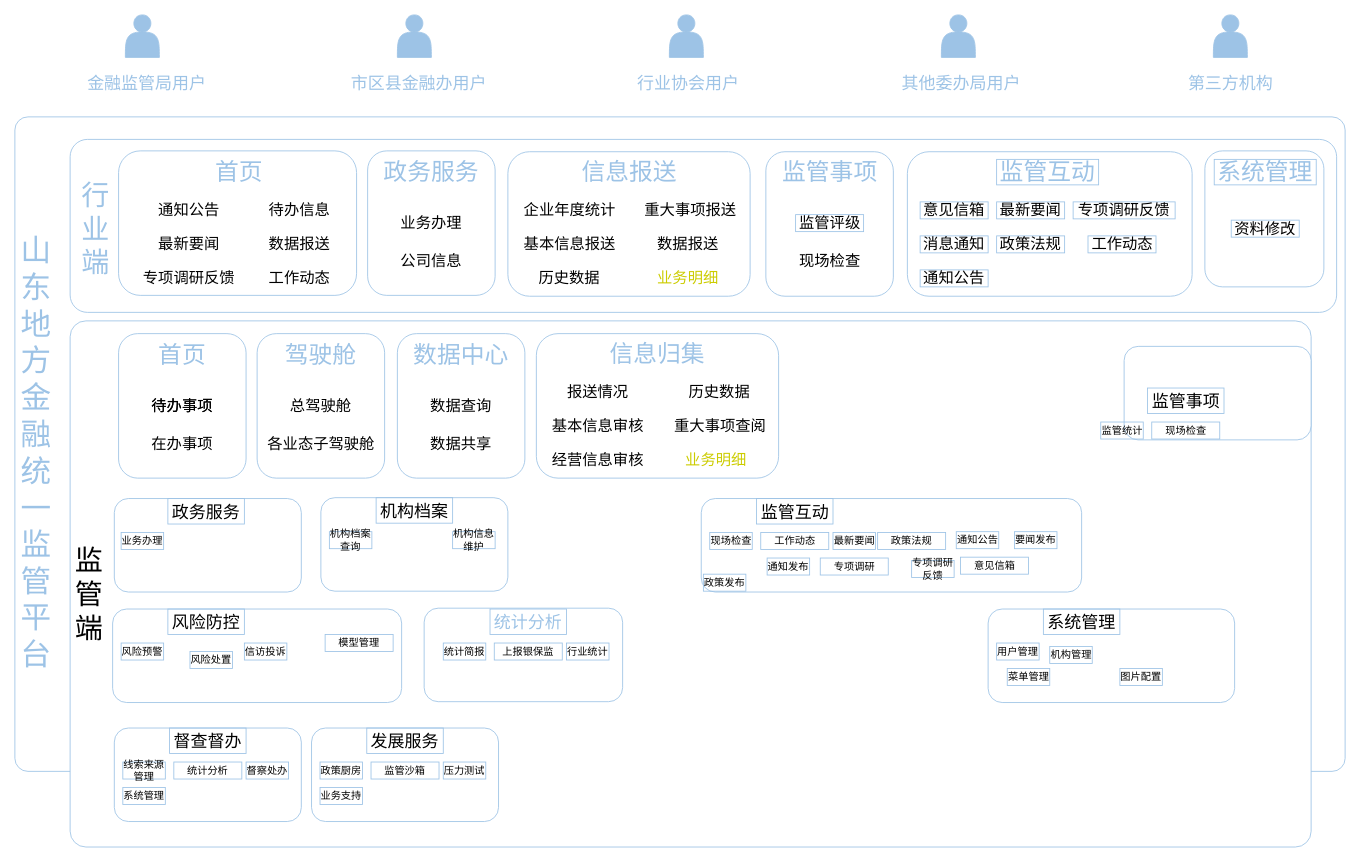
This is 未命名绘图.drawio from huanhuanjie/dream, a draw.io file, before an edit. Source tidied: cells renumbered, new cells numbered last; positions are measured from the earlier drawing's top-left corner, leaving out a move shared by most shapes. Both pictures are drawn from the tidied source at 85%, with x=0, y=0 at pixel (14, 14).
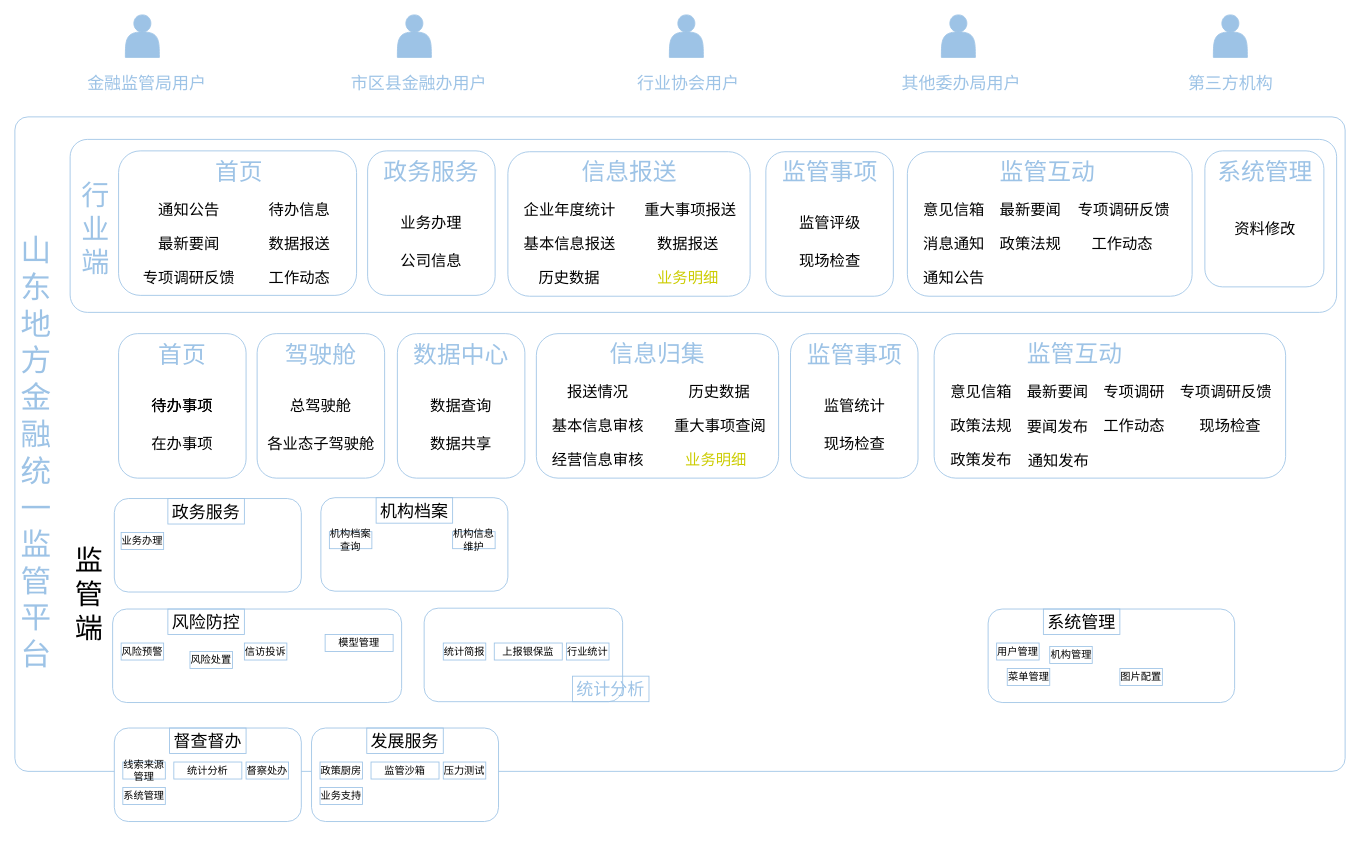
After the change.

Commit message (it also covers changes not shown here):
更新未命名绘图.drawio

The edit, as a diff of the source:
```diff
@@
-    <mxCell id="6" style="rounded=1;whiteSpace=wrap;html=1;strokeColor=#9DC3E6;arcSize=3;" parent="1" vertex="1">
-      <mxGeometry x="65" y="360" width="1460" height="619" as="geometry" />
-    </mxCell>
@@
-    <mxCell id="31" value="&lt;p class=&quot;MsoNormal&quot;&gt;&lt;font style=&quot;font-size: 18px;&quot;&gt;监管评级&lt;/font&gt;&lt;/p&gt;" style="text;html=1;strokeColor=#9DC3E6;fillColor=none;align=center;verticalAlign=middle;whiteSpace=wrap;rounded=0;" parent="1" vertex="1">
+    <mxCell id="31" value="&lt;p class=&quot;MsoNormal&quot;&gt;&lt;font style=&quot;font-size: 18px;&quot;&gt;监管评级&lt;/font&gt;&lt;/p&gt;" style="text;html=1;strokeColor=none;fillColor=none;align=center;verticalAlign=middle;whiteSpace=wrap;rounded=0;" parent="1" vertex="1">
       <mxGeometry x="918.5" y="235" width="80" height="20" as="geometry" />
     </mxCell>
@@
-    <mxCell id="35" value="&lt;font style=&quot;font-size: 18px;&quot;&gt;工作动态&lt;/font&gt;" style="text;html=1;strokeColor=#9DC3E6;fillColor=none;align=center;verticalAlign=middle;whiteSpace=wrap;rounded=0;" parent="1" vertex="1">
+    <mxCell id="35" value="&lt;font style=&quot;font-size: 18px;&quot;&gt;工作动态&lt;/font&gt;" style="text;html=1;strokeColor=none;fillColor=none;align=center;verticalAlign=middle;whiteSpace=wrap;rounded=0;" parent="1" vertex="1">
       <mxGeometry x="1262.5" y="260" width="80" height="20" as="geometry" />
     </mxCell>
-    <mxCell id="36" value="&lt;font style=&quot;font-size: 18px;&quot;&gt;最新要闻&lt;/font&gt;" style="text;html=1;strokeColor=#9DC3E6;fillColor=none;align=center;verticalAlign=middle;whiteSpace=wrap;rounded=0;" parent="1" vertex="1">
+    <mxCell id="36" value="&lt;font style=&quot;font-size: 18px;&quot;&gt;最新要闻&lt;/font&gt;" style="text;html=1;strokeColor=none;fillColor=none;align=center;verticalAlign=middle;whiteSpace=wrap;rounded=0;" parent="1" vertex="1">
       <mxGeometry x="1155" y="220" width="80" height="20" as="geometry" />
     </mxCell>
-    <mxCell id="37" value="&lt;font color=&quot;#9dc3e6&quot; style=&quot;font-size: 28px;&quot;&gt;监管互动&lt;/font&gt;" style="text;html=1;strokeColor=#9DC3E6;fillColor=none;align=center;verticalAlign=middle;whiteSpace=wrap;rounded=0;fontSize=20;" parent="1" vertex="1">
+    <mxCell id="37" value="&lt;font color=&quot;#9dc3e6&quot; style=&quot;font-size: 28px;&quot;&gt;监管互动&lt;/font&gt;" style="text;html=1;strokeColor=none;fillColor=none;align=center;verticalAlign=middle;whiteSpace=wrap;rounded=0;fontSize=20;" parent="1" vertex="1">
       <mxGeometry x="1155" y="170" width="120" height="30" as="geometry" />
     </mxCell>
-    <mxCell id="38" value="&lt;font style=&quot;font-size: 18px;&quot;&gt;政策法规&lt;/font&gt;" style="text;html=1;strokeColor=#9DC3E6;fillColor=none;align=center;verticalAlign=middle;whiteSpace=wrap;rounded=0;" parent="1" vertex="1">
+    <mxCell id="38" value="&lt;font style=&quot;font-size: 18px;&quot;&gt;政策法规&lt;/font&gt;" style="text;html=1;strokeColor=none;fillColor=none;align=center;verticalAlign=middle;whiteSpace=wrap;rounded=0;" parent="1" vertex="1">
       <mxGeometry x="1155" y="260" width="80" height="20" as="geometry" />
     </mxCell>
-    <mxCell id="39" value="&lt;font style=&quot;font-size: 18px;&quot;&gt;通知公告&lt;/font&gt;" style="text;html=1;strokeColor=#9DC3E6;fillColor=none;align=center;verticalAlign=middle;whiteSpace=wrap;rounded=0;" parent="1" vertex="1">
+    <mxCell id="39" value="&lt;font style=&quot;font-size: 18px;&quot;&gt;通知公告&lt;/font&gt;" style="text;html=1;strokeColor=none;fillColor=none;align=center;verticalAlign=middle;whiteSpace=wrap;rounded=0;" parent="1" vertex="1">
       <mxGeometry x="1065" y="300" width="80" height="20" as="geometry" />
     </mxCell>
-    <mxCell id="40" value="&lt;font style=&quot;font-size: 18px;&quot;&gt;专项调研反馈&lt;/font&gt;" style="text;html=1;strokeColor=#9DC3E6;fillColor=none;align=center;verticalAlign=middle;whiteSpace=wrap;rounded=0;" parent="1" vertex="1">
+    <mxCell id="40" value="&lt;font style=&quot;font-size: 18px;&quot;&gt;专项调研反馈&lt;/font&gt;" style="text;html=1;strokeColor=none;fillColor=none;align=center;verticalAlign=middle;whiteSpace=wrap;rounded=0;" parent="1" vertex="1">
       <mxGeometry x="1245" y="220" width="120" height="20" as="geometry" />
     </mxCell>
@@
-    <mxCell id="42" value="&lt;font style=&quot;font-size: 18px;&quot;&gt;资料修改&lt;/font&gt;" style="text;html=1;strokeColor=#9DC3E6;fillColor=none;align=center;verticalAlign=middle;whiteSpace=wrap;rounded=0;" parent="1" vertex="1">
+    <mxCell id="42" value="&lt;font style=&quot;font-size: 18px;&quot;&gt;资料修改&lt;/font&gt;" style="text;html=1;strokeColor=none;fillColor=none;align=center;verticalAlign=middle;whiteSpace=wrap;rounded=0;" parent="1" vertex="1">
       <mxGeometry x="1431" y="241.5" width="80" height="20" as="geometry" />
     </mxCell>
-    <mxCell id="43" value="&lt;font color=&quot;#9dc3e6&quot; style=&quot;font-size: 28px;&quot;&gt;系统管理&lt;/font&gt;" style="text;html=1;strokeColor=#9DC3E6;fillColor=none;align=center;verticalAlign=middle;whiteSpace=wrap;rounded=0;fontSize=20;" parent="1" vertex="1">
+    <mxCell id="43" value="&lt;font color=&quot;#9dc3e6&quot; style=&quot;font-size: 28px;&quot;&gt;系统管理&lt;/font&gt;" style="text;html=1;strokeColor=none;fillColor=none;align=center;verticalAlign=middle;whiteSpace=wrap;rounded=0;fontSize=20;" parent="1" vertex="1">
       <mxGeometry x="1411" y="170" width="120" height="30" as="geometry" />
     </mxCell>
@@
-    <mxCell id="45" style="rounded=1;whiteSpace=wrap;html=1;strokeColor=#9DC3E6;" parent="1" vertex="1">
-      <mxGeometry x="1305" y="390" width="220" height="110" as="geometry" />
-    </mxCell>
-    <mxCell id="46" value="监管事项" style="text;html=1;strokeColor=#9DC3E6;fillColor=none;align=center;verticalAlign=middle;whiteSpace=wrap;rounded=0;fontSize=20;" parent="1" vertex="1">
-      <mxGeometry x="1332.5" y="439" width="90" height="30" as="geometry" />
-    </mxCell>
-    <mxCell id="47" value="监管统计" style="text;html=1;strokeColor=#9DC3E6;fillColor=none;align=center;verticalAlign=middle;whiteSpace=wrap;rounded=0;" parent="1" vertex="1">
-      <mxGeometry x="1277.5" y="479" width="50" height="20" as="geometry" />
-    </mxCell>
-    <mxCell id="48" value="现场检查" style="text;html=1;strokeColor=#9DC3E6;fillColor=none;align=center;verticalAlign=middle;whiteSpace=wrap;rounded=0;" parent="1" vertex="1">
-      <mxGeometry x="1337.5" y="479" width="80" height="20" as="geometry" />
-    </mxCell>
@@
-    <mxCell id="56" style="rounded=1;whiteSpace=wrap;html=1;strokeColor=#9DC3E6;" parent="1" vertex="1">
-      <mxGeometry x="807.5" y="569" width="447.5" height="110" as="geometry" />
-    </mxCell>
-    <mxCell id="57" value="监管互动" style="text;html=1;strokeColor=#9DC3E6;fillColor=none;align=center;verticalAlign=middle;whiteSpace=wrap;rounded=0;fontSize=20;" parent="1" vertex="1">
-      <mxGeometry x="872.5" y="569" width="90" height="30" as="geometry" />
-    </mxCell>
-    <mxCell id="58" value="现场检查" style="text;html=1;strokeColor=#9DC3E6;fillColor=none;align=center;verticalAlign=middle;whiteSpace=wrap;rounded=0;" parent="1" vertex="1">
-      <mxGeometry x="817.5" y="609" width="50" height="20" as="geometry" />
-    </mxCell>
-    <mxCell id="59" value="政策法规" style="text;html=1;strokeColor=#9DC3E6;fillColor=none;align=center;verticalAlign=middle;whiteSpace=wrap;rounded=0;" parent="1" vertex="1">
-      <mxGeometry x="1015" y="609" width="80" height="20" as="geometry" />
-    </mxCell>
-    <mxCell id="60" value="专项调研反馈" style="text;html=1;strokeColor=#9DC3E6;fillColor=none;align=center;verticalAlign=middle;whiteSpace=wrap;rounded=0;" parent="1" vertex="1">
-      <mxGeometry x="1055" y="642" width="50" height="20" as="geometry" />
-    </mxCell>
-    <mxCell id="61" value="通知公告" style="text;html=1;strokeColor=#9DC3E6;fillColor=none;align=center;verticalAlign=middle;whiteSpace=wrap;rounded=0;" parent="1" vertex="1">
-      <mxGeometry x="1107.5" y="608" width="50" height="20" as="geometry" />
-    </mxCell>
-    <mxCell id="62" value="工作动态" style="text;html=1;strokeColor=#9DC3E6;fillColor=none;align=center;verticalAlign=middle;whiteSpace=wrap;rounded=0;" parent="1" vertex="1">
-      <mxGeometry x="877.5" y="609" width="80" height="20" as="geometry" />
-    </mxCell>
-    <mxCell id="63" value="最新要闻" style="text;html=1;strokeColor=#9DC3E6;fillColor=none;align=center;verticalAlign=middle;whiteSpace=wrap;rounded=0;" parent="1" vertex="1">
-      <mxGeometry x="962.5" y="609" width="50" height="20" as="geometry" />
-    </mxCell>
@@
     <mxCell id="70" value="&lt;font color=&quot;#9dc3e6&quot;&gt;统计分析&lt;/font&gt;" style="text;html=1;strokeColor=#9DC3E6;fillColor=none;align=center;verticalAlign=middle;whiteSpace=wrap;rounded=0;fontSize=20;" parent="1" vertex="1">
-      <mxGeometry x="559" y="699" width="90" height="30" as="geometry" />
+      <mxGeometry x="656" y="778" width="90" height="30" as="geometry" />
     </mxCell>
@@
-    <mxCell id="80" value="政策发布" style="text;html=1;strokeColor=#9DC3E6;fillColor=none;align=center;verticalAlign=middle;whiteSpace=wrap;rounded=0;" parent="1" vertex="1">
-      <mxGeometry x="810" y="658" width="50" height="20" as="geometry" />
-    </mxCell>
-    <mxCell id="81" value="专项调研" style="text;html=1;strokeColor=#9DC3E6;fillColor=none;align=center;verticalAlign=middle;whiteSpace=wrap;rounded=0;" parent="1" vertex="1">
-      <mxGeometry x="947.5" y="639" width="80" height="20" as="geometry" />
-    </mxCell>
-    <mxCell id="82" value="通知发布" style="text;html=1;strokeColor=#9DC3E6;fillColor=none;align=center;verticalAlign=middle;whiteSpace=wrap;rounded=0;" parent="1" vertex="1">
-      <mxGeometry x="885" y="639" width="50" height="20" as="geometry" />
-    </mxCell>
@@
-    <mxCell id="104" value="要闻发布" style="text;html=1;strokeColor=#9DC3E6;fillColor=none;align=center;verticalAlign=middle;whiteSpace=wrap;rounded=0;" parent="1" vertex="1">
-      <mxGeometry x="1176" y="608" width="50" height="20" as="geometry" />
-    </mxCell>
-    <mxCell id="105" value="意见信箱" style="text;html=1;strokeColor=#9DC3E6;fillColor=none;align=center;verticalAlign=middle;whiteSpace=wrap;rounded=0;" parent="1" vertex="1">
-      <mxGeometry x="1112.5" y="638" width="80" height="20" as="geometry" />
-    </mxCell>
-    <mxCell id="106" value="&lt;font style=&quot;font-size: 18px;&quot;&gt;意见信箱&lt;/font&gt;" style="text;html=1;strokeColor=#9DC3E6;fillColor=none;align=center;verticalAlign=middle;whiteSpace=wrap;rounded=0;" parent="1" vertex="1">
+    <mxCell id="106" value="&lt;font style=&quot;font-size: 18px;&quot;&gt;意见信箱&lt;/font&gt;" style="text;html=1;strokeColor=none;fillColor=none;align=center;verticalAlign=middle;whiteSpace=wrap;rounded=0;" parent="1" vertex="1">
       <mxGeometry x="1065" y="220" width="80" height="20" as="geometry" />
     </mxCell>
-    <mxCell id="107" value="&lt;font style=&quot;font-size: 18px;&quot;&gt;消息通知&lt;/font&gt;" style="text;html=1;strokeColor=#9DC3E6;fillColor=none;align=center;verticalAlign=middle;whiteSpace=wrap;rounded=0;" parent="1" vertex="1">
+    <mxCell id="107" value="&lt;font style=&quot;font-size: 18px;&quot;&gt;消息通知&lt;/font&gt;" style="text;html=1;strokeColor=none;fillColor=none;align=center;verticalAlign=middle;whiteSpace=wrap;rounded=0;" parent="1" vertex="1">
       <mxGeometry x="1065" y="260" width="80" height="20" as="geometry" />
     </mxCell>
@@
+    <mxCell id="131" style="rounded=1;whiteSpace=wrap;html=1;strokeColor=#9DC3E6;" parent="1" vertex="1">
+      <mxGeometry x="912.5" y="375" width="150" height="170" as="geometry" />
+    </mxCell>
+    <mxCell id="132" value="&lt;p class=&quot;MsoNormal&quot;&gt;&lt;font style=&quot;font-size: 18px;&quot;&gt;现场检查&lt;/font&gt;&lt;/p&gt;" style="text;html=1;strokeColor=none;fillColor=none;align=center;verticalAlign=middle;whiteSpace=wrap;rounded=0;" parent="1" vertex="1">
+      <mxGeometry x="947.5" y="495" width="80" height="20" as="geometry" />
+    </mxCell>
+    <mxCell id="46" value="&lt;font color=&quot;#9dc3e6&quot;&gt;&lt;span style=&quot;font-size: 28px;&quot;&gt;监管事项&lt;/span&gt;&lt;/font&gt;" style="text;html=1;strokeColor=none;fillColor=none;align=center;verticalAlign=middle;whiteSpace=wrap;rounded=0;fontSize=20;" parent="1" vertex="1">
+      <mxGeometry x="927.5" y="385" width="120" height="30" as="geometry" />
+    </mxCell>
+    <mxCell id="47" value="&lt;p class=&quot;MsoNormal&quot;&gt;&lt;font style=&quot;font-size: 18px;&quot;&gt;监管统计&lt;/font&gt;&lt;/p&gt;" style="text;html=1;strokeColor=none;fillColor=none;align=center;verticalAlign=middle;whiteSpace=wrap;rounded=0;" parent="1" vertex="1">
+      <mxGeometry x="947.5" y="450" width="80" height="20" as="geometry" />
+    </mxCell>
+    <mxCell id="133" style="rounded=1;whiteSpace=wrap;html=1;strokeColor=#9DC3E6;" parent="1" vertex="1">
+      <mxGeometry x="1081.5" y="375" width="413.5" height="170" as="geometry" />
+    </mxCell>
+    <mxCell id="62" value="&lt;font style=&quot;font-size: 18px;&quot;&gt;工作动态&lt;/font&gt;" style="text;html=1;strokeColor=none;fillColor=none;align=center;verticalAlign=middle;whiteSpace=wrap;rounded=0;" parent="1" vertex="1">
+      <mxGeometry x="1276.5" y="474" width="80" height="20" as="geometry" />
+    </mxCell>
+    <mxCell id="63" value="&lt;font style=&quot;font-size: 18px;&quot;&gt;最新要闻&lt;/font&gt;" style="text;html=1;strokeColor=none;fillColor=none;align=center;verticalAlign=middle;whiteSpace=wrap;rounded=0;" parent="1" vertex="1">
+      <mxGeometry x="1186.5" y="434" width="80" height="20" as="geometry" />
+    </mxCell>
+    <mxCell id="57" value="&lt;font color=&quot;#9dc3e6&quot; style=&quot;font-size: 28px;&quot;&gt;监管互动&lt;/font&gt;" style="text;html=1;strokeColor=none;fillColor=none;align=center;verticalAlign=middle;whiteSpace=wrap;rounded=0;fontSize=20;" parent="1" vertex="1">
+      <mxGeometry x="1186.5" y="384" width="120" height="30" as="geometry" />
+    </mxCell>
+    <mxCell id="80" value="&lt;font style=&quot;font-size: 18px;&quot;&gt;政策发布&lt;/font&gt;" style="text;html=1;strokeColor=none;fillColor=none;align=center;verticalAlign=middle;whiteSpace=wrap;rounded=0;" parent="1" vertex="1">
+      <mxGeometry x="1096.5" y="514" width="80" height="20" as="geometry" />
+    </mxCell>
+    <mxCell id="81" value="&lt;font style=&quot;font-size: 18px;&quot;&gt;专项调研&lt;/font&gt;" style="text;html=1;strokeColor=none;fillColor=none;align=center;verticalAlign=middle;whiteSpace=wrap;rounded=0;" parent="1" vertex="1">
+      <mxGeometry x="1276.5" y="434" width="80" height="20" as="geometry" />
+    </mxCell>
+    <mxCell id="105" value="&lt;font style=&quot;font-size: 18px;&quot;&gt;意见信箱&lt;/font&gt;" style="text;html=1;strokeColor=none;fillColor=none;align=center;verticalAlign=middle;whiteSpace=wrap;rounded=0;" parent="1" vertex="1">
+      <mxGeometry x="1096.5" y="434" width="80" height="20" as="geometry" />
+    </mxCell>
+    <mxCell id="59" value="&lt;font style=&quot;font-size: 18px;&quot;&gt;政策法规&lt;/font&gt;" style="text;html=1;strokeColor=none;fillColor=none;align=center;verticalAlign=middle;whiteSpace=wrap;rounded=0;" parent="1" vertex="1">
+      <mxGeometry x="1096.5" y="474" width="80" height="20" as="geometry" />
+    </mxCell>
+    <mxCell id="60" value="&lt;font style=&quot;font-size: 18px;&quot;&gt;专项调研反馈&lt;/font&gt;" style="text;html=1;strokeColor=none;fillColor=none;align=center;verticalAlign=middle;whiteSpace=wrap;rounded=0;" parent="1" vertex="1">
+      <mxGeometry x="1365" y="434" width="120" height="20" as="geometry" />
+    </mxCell>
+    <mxCell id="104" value="&lt;font style=&quot;font-size: 18px;&quot;&gt;要闻发布&lt;/font&gt;" style="text;html=1;strokeColor=none;fillColor=none;align=center;verticalAlign=middle;whiteSpace=wrap;rounded=0;" parent="1" vertex="1">
+      <mxGeometry x="1186.5" y="475" width="80" height="20" as="geometry" />
+    </mxCell>
+    <mxCell id="82" value="&lt;font style=&quot;font-size: 18px;&quot;&gt;通知发布&lt;/font&gt;" style="text;html=1;strokeColor=none;fillColor=none;align=center;verticalAlign=middle;whiteSpace=wrap;rounded=0;" parent="1" vertex="1">
+      <mxGeometry x="1187.5" y="515" width="80" height="20" as="geometry" />
+    </mxCell>
+    <mxCell id="134" value="&lt;font style=&quot;font-size: 18px;&quot;&gt;现场检查&lt;/font&gt;" style="text;html=1;strokeColor=none;fillColor=none;align=center;verticalAlign=middle;whiteSpace=wrap;rounded=0;" parent="1" vertex="1">
+      <mxGeometry x="1390" y="474" width="80" height="20" as="geometry" />
+    </mxCell>
```
